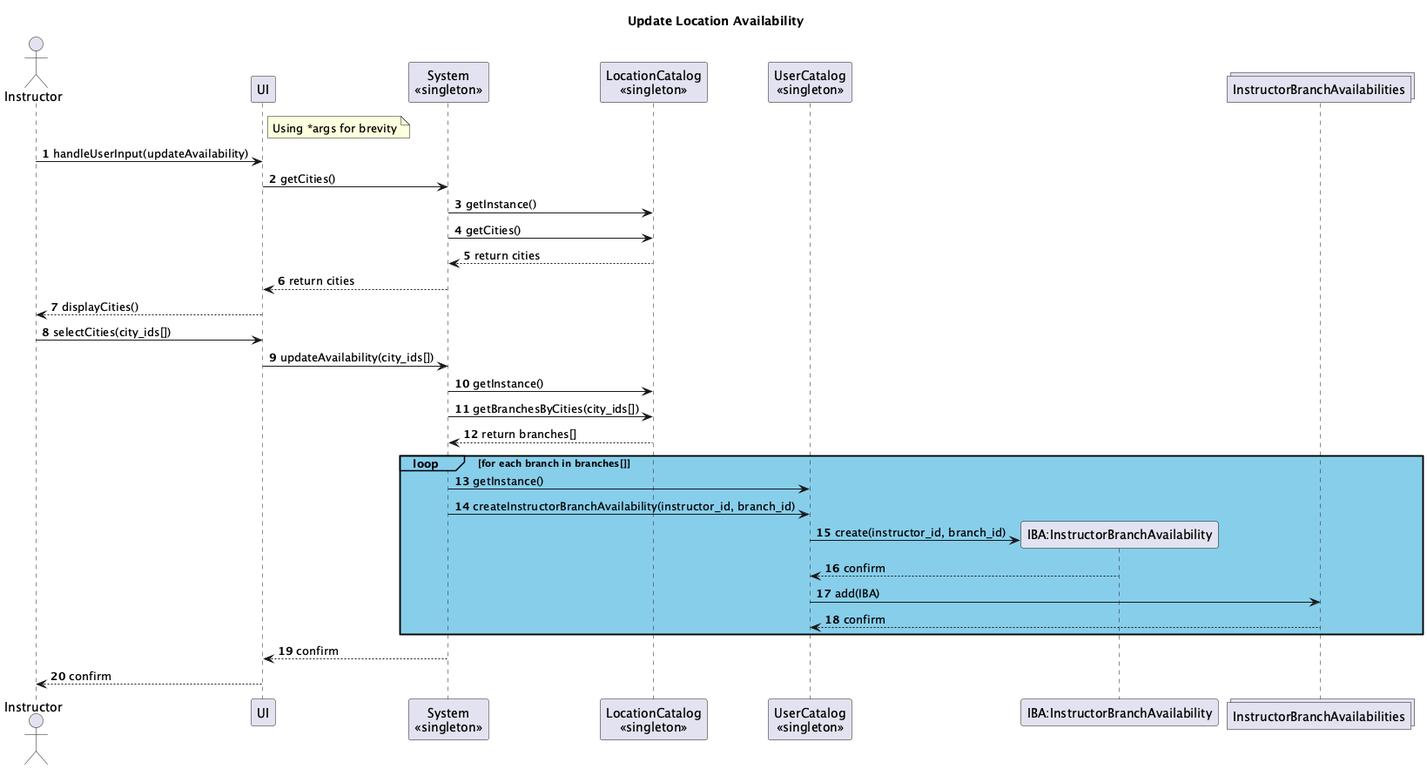
Above: System-Diagrams/UML Interaction/Instructor/Instructor-Interactions_002.png in vibqetowi/soen-342-project (PlantUML), before the change.
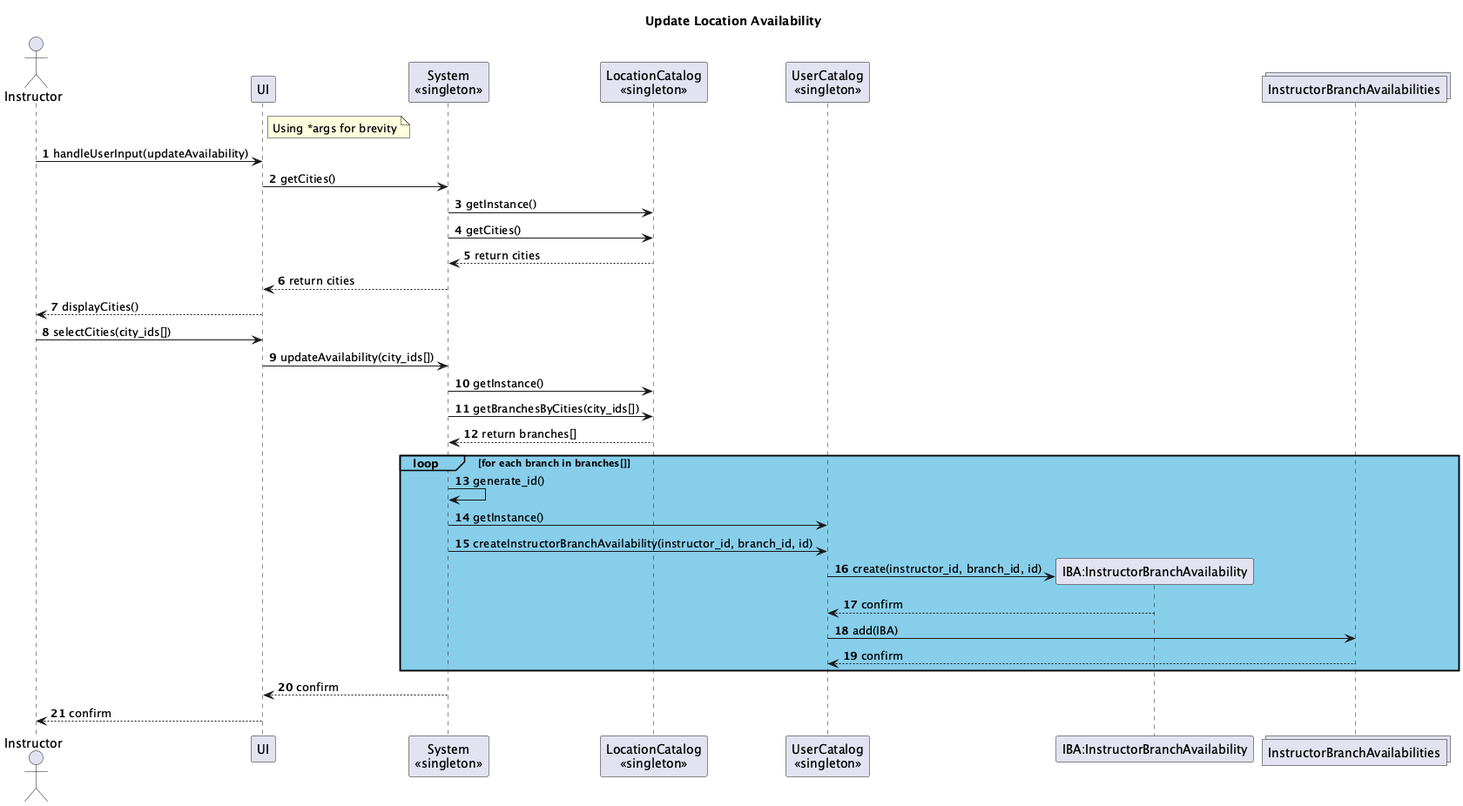
Above is the later version.

Change to the diagram source:
```diff
@@ -33,9 +33,10 @@
 LocationCatalog --> System: return branches[]
 
 loop#SkyBlue #SkyBlue for each branch in branches[]
+    System -> System: generate_id()
     System -> UserCatalog: getInstance()
-    System -> UserCatalog: createInstructorBranchAvailability(instructor_id, branch_id)
-    UserCatalog -> IBA **: create(instructor_id, branch_id)
+    System -> UserCatalog: createInstructorBranchAvailability(instructor_id, branch_id, id)
+    UserCatalog -> IBA **: create(instructor_id, branch_id, id)
     IBA --> UserCatalog: confirm
     UserCatalog -> InstructorBranchAvailabilities: add(IBA)
     InstructorBranchAvailabilities --> UserCatalog: confirm
```
